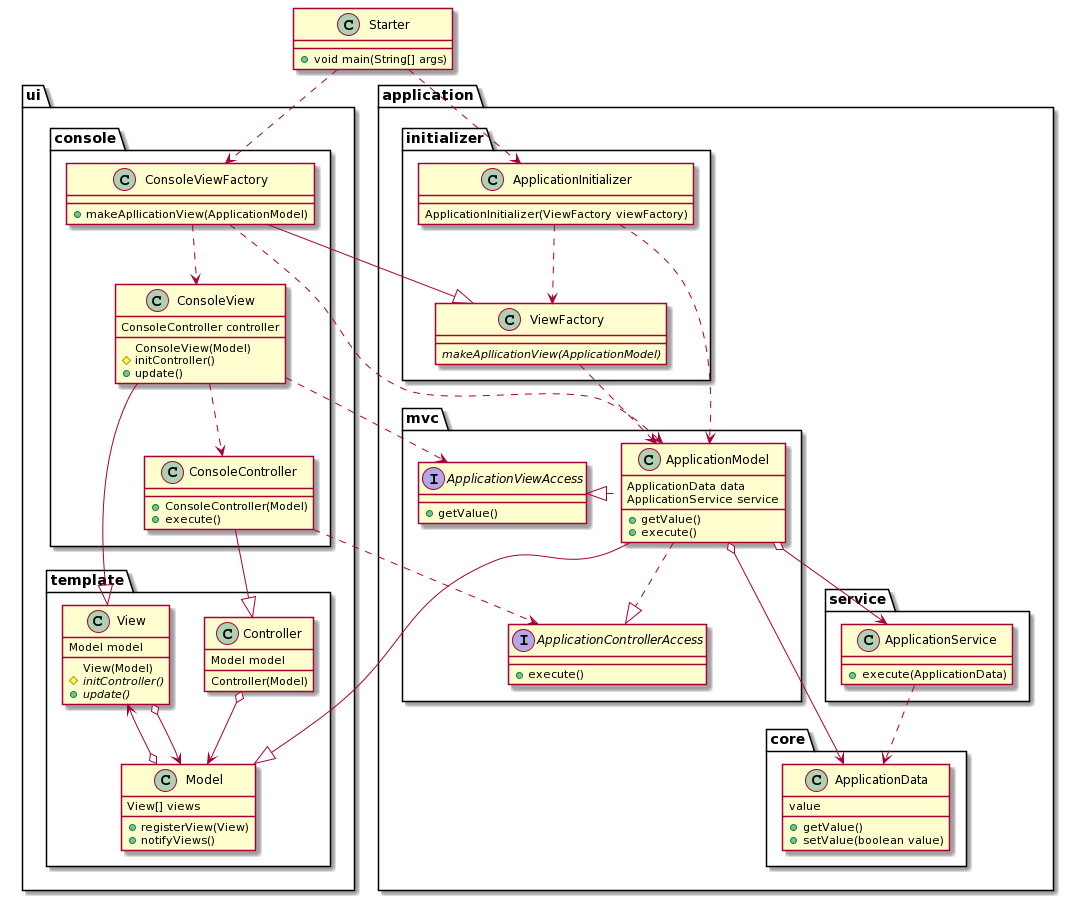
Erwerner/MVCTemplate keeps this PlantUML diagram as uml/mvc.png. Above is the earlier version.
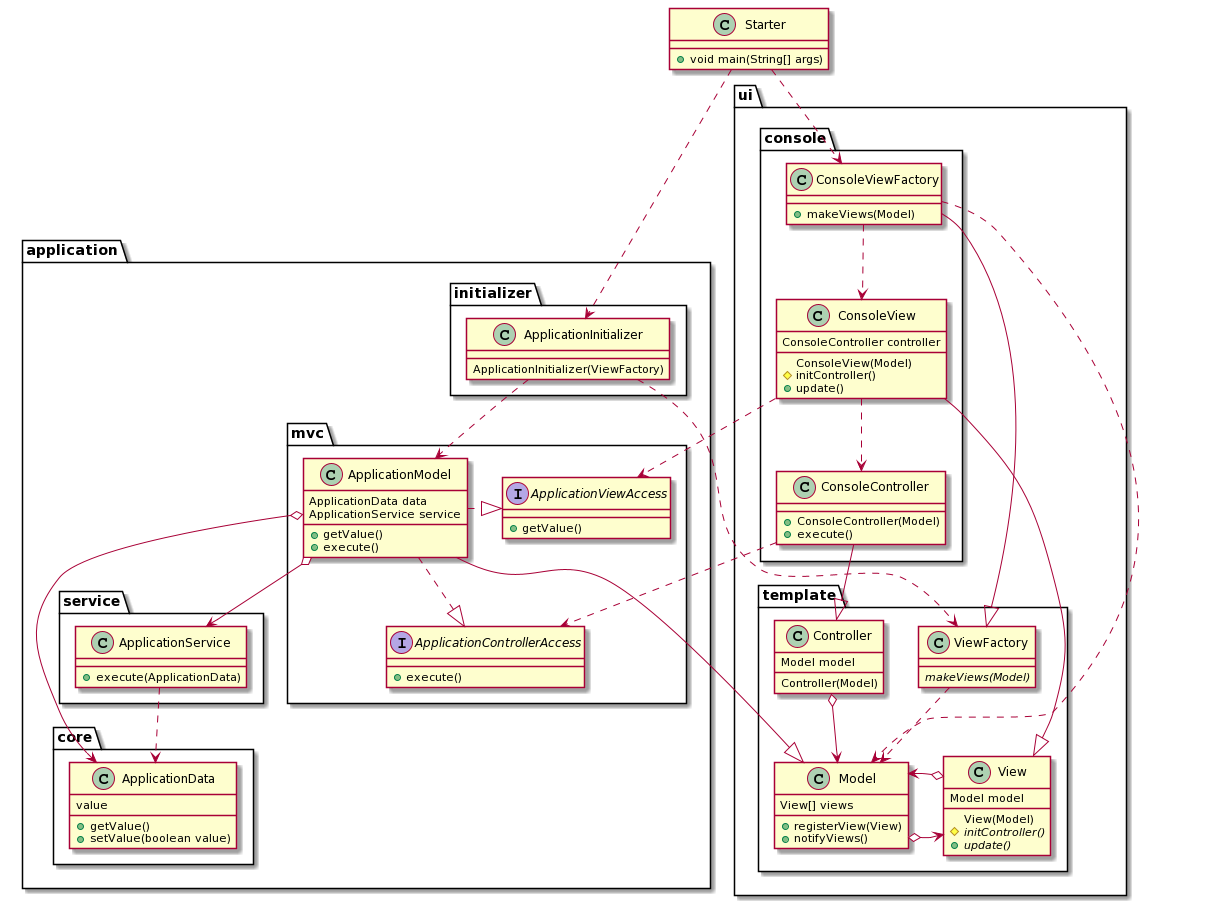
The same diagram one commit later.

Commit message:
adds view factory to template package

The edit, as a diff of the source:
```diff
@@ -11,11 +11,7 @@
     package initializer{
 class ApplicationInitializer
 {
-ApplicationInitializer(ViewFactory viewFactory)
-}
-class ViewFactory
-{
-{abstract} makeApllicationView(ApplicationModel)
+ApplicationInitializer(ViewFactory)
 }
     }
     package mvc{
@@ -60,7 +56,10 @@
 # {abstract} initController()
 + {abstract} update()
 }
-
+class ViewFactory
+{
+{abstract} makeViews(Model)
+}
     }
     package console{
 class ConsoleController
@@ -77,7 +76,7 @@
 }
 class ConsoleViewFactory
 {
-+ makeApllicationView(ApplicationModel)
++ makeViews(Model)
 }
     }
   }
@@ -87,11 +86,11 @@
 
 ApplicationInitializer ..> ViewFactory
 ApplicationInitializer ..> ApplicationModel
-ViewFactory ..> ApplicationModel
+ViewFactory .down.> Model
 
 ApplicationModel --|> Model
 ApplicationModel ..|> ApplicationControllerAccess
-ApplicationModel .left.|> ApplicationViewAccess
+ApplicationModel .right.|> ApplicationViewAccess
 ApplicationModel o--> ApplicationData
 ApplicationModel o--> ApplicationService
 
@@ -105,10 +104,10 @@
 ConsoleView ..> ConsoleController
 
 ConsoleViewFactory --|> ViewFactory
-ConsoleViewFactory ..> ApplicationModel
+ConsoleViewFactory ..> Model
 ConsoleViewFactory ..> ConsoleView
-Controller  o-down-> Model
-Model o-up-> View
+Controller  o--> Model
+Model o-left-> View
 View o--> Model
 
 Starter ..> ApplicationInitializer
```
